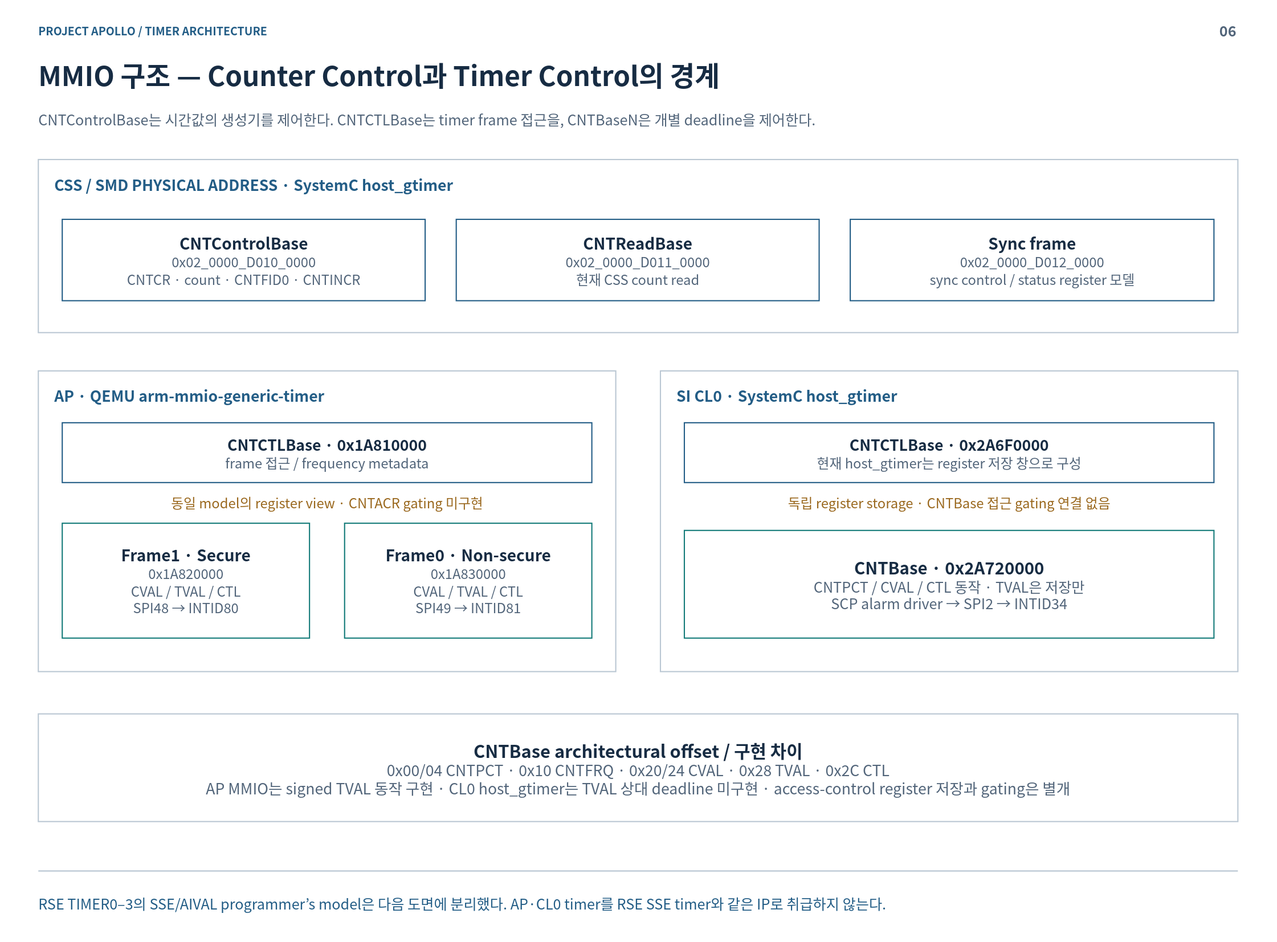
cometzero/project-apollo keeps this draw.io diagram as doc/phase1/timer/diagrams/06-mmio-frames.drawio.svg. Above is the earlier version. Source tidied: cells renumbered, new cells last; positions are measured from the earlier drawing's top-left corner, leaving out a move shared by most shapes.
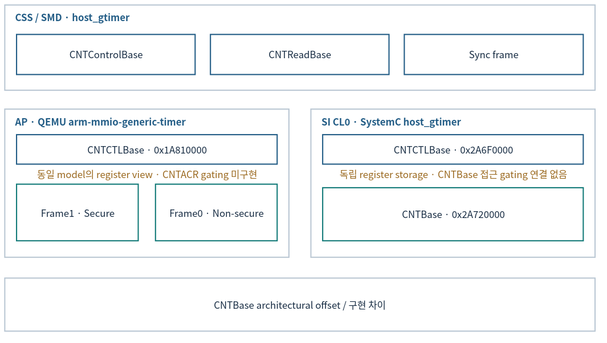
After the commit.

Diff of the diagram source:
```diff
@@ -2,80 +2,56 @@
   <root>
     <mxCell id="0" />
     <mxCell id="1" parent="0" />
-    <mxCell id="2" style="rounded=0;whiteSpace=wrap;html=1;fillColor=#FFFFFF;strokeColor=none;strokeWidth=1.5;fontColor=#172C43;fontFamily=Noto Sans CJK KR;fontSize=18;spacing=14;" parent="1" vertex="1">
-      <mxGeometry width="1600" height="1180" as="geometry" />
-    </mxCell>
-    <mxCell id="3" value="PROJECT APOLLO  /  TIMER ARCHITECTURE" style="rounded=0;whiteSpace=wrap;html=1;fillColor=#FFFFFF;strokeColor=none;strokeWidth=1.5;fontColor=#172C43;fontFamily=Noto Sans CJK KR;fontSize=18;spacing=14;fillColor=none;align=left;verticalAlign=middle;spacing=0;fontSize=14;fontColor=#235D86;fontStyle=1;" parent="1" vertex="1">
-      <mxGeometry x="48" y="26" width="1400" height="24" as="geometry" />
-    </mxCell>
-    <mxCell id="4" value="06" style="rounded=0;whiteSpace=wrap;html=1;fillColor=#FFFFFF;strokeColor=none;strokeWidth=1.5;fontColor=#172C43;fontFamily=Noto Sans CJK KR;fontSize=18;spacing=14;fillColor=none;align=right;verticalAlign=middle;spacing=0;fontSize=18;fontColor=#52657A;fontStyle=1;" parent="1" vertex="1">
-      <mxGeometry x="1485" y="23" width="65" height="30" as="geometry" />
-    </mxCell>
-    <mxCell id="5" value="MMIO 구조 — Counter Control과 Timer Control의 경계" style="rounded=0;whiteSpace=wrap;html=1;fillColor=#FFFFFF;strokeColor=none;strokeWidth=1.5;fontColor=#172C43;fontFamily=Noto Sans CJK KR;fontSize=18;spacing=14;fillColor=none;align=left;verticalAlign=middle;spacing=0;fontSize=34;fontColor=#172C43;fontStyle=1;" parent="1" vertex="1">
-      <mxGeometry x="48" y="67" width="1504" height="54" as="geometry" />
-    </mxCell>
-    <mxCell id="6" value="CNTControlBase는 시간값의 생성기를 제어한다. CNTCTLBase는 timer frame 접근을, CNTBaseN은 개별 deadline을 제어한다." style="rounded=0;whiteSpace=wrap;html=1;fillColor=#FFFFFF;strokeColor=none;strokeWidth=1.5;fontColor=#172C43;fontFamily=Noto Sans CJK KR;fontSize=18;spacing=14;fillColor=none;align=left;verticalAlign=middle;spacing=0;fontSize=18;fontColor=#52657A;" parent="1" vertex="1">
-      <mxGeometry x="48" y="127" width="1504" height="44" as="geometry" />
-    </mxCell>
-    <mxCell id="7" style="html=1;whiteSpace=nowrap;rounded=0;edgeStyle=none;endArrow=none;endSize=9;strokeColor=#BAC7D3;strokeWidth=1.6;fontColor=#BAC7D3;fontFamily=Noto Sans CJK KR;fontSize=15;labelBackgroundColor=#FFFFFF;" parent="1" edge="1">
-      <mxGeometry relative="1" as="geometry">
-        <mxPoint x="48" y="1092" as="sourcePoint" />
-        <mxPoint x="1552" y="1092" as="targetPoint" />
-      </mxGeometry>
-    </mxCell>
-    <mxCell id="8" value="RSE TIMER0–3의 SSE/AIVAL programmer’s model은 다음 도면에 분리했다. AP·CL0 timer를 RSE SSE timer와 같은 IP로 취급하지 않는다." style="rounded=0;whiteSpace=wrap;html=1;fillColor=#FFFFFF;strokeColor=none;strokeWidth=1.5;fontColor=#172C43;fontFamily=Noto Sans CJK KR;fontSize=18;spacing=14;fillColor=none;align=left;verticalAlign=middle;spacing=0;fontSize=18;fontColor=#235D86;" parent="1" vertex="1">
-      <mxGeometry x="48" y="1106" width="1504" height="52" as="geometry" />
-    </mxCell>
-    <mxCell id="9" style="rounded=0;whiteSpace=wrap;html=1;fillColor=#FFFFFF;strokeColor=#BAC7D3;strokeWidth=1.5;fontColor=#172C43;fontFamily=Noto Sans CJK KR;fontSize=18;spacing=14;" parent="1" vertex="1">
-      <mxGeometry x="48" y="200" width="1504" height="217" as="geometry" />
+    <mxCell id="9" style="rounded=0;whiteSpace=wrap;html=1;fillColor=#FFFFFF;strokeColor=#BAC7D3;strokeWidth=1.5;fontColor=#172C43;fontFamily=Noto Sans CJK KR;fontSize=12;spacing=3;whiteSpace=wrap;" parent="1" vertex="1">
+      <mxGeometry x="12" y="12" width="740" height="106.8" as="geometry" />
     </mxCell>
-    <mxCell id="10" value="CSS / SMD PHYSICAL ADDRESS  ·  SystemC host_gtimer" style="rounded=0;whiteSpace=wrap;html=1;fillColor=#FFFFFF;strokeColor=none;strokeWidth=1.5;fontColor=#172C43;fontFamily=Noto Sans CJK KR;fontSize=18;spacing=14;fillColor=none;align=left;verticalAlign=middle;spacing=0;fontSize=19;fontColor=#235D86;fontStyle=1;" parent="1" vertex="1">
-      <mxGeometry x="68" y="215" width="1464" height="32" as="geometry" />
+    <mxCell id="10" value="CSS / SMD · host_gtimer" style="rounded=0;whiteSpace=wrap;html=1;fillColor=#FFFFFF;strokeColor=none;strokeWidth=1.5;fontColor=#172C43;fontFamily=Noto Sans CJK KR;fillColor=none;align=left;verticalAlign=middle;fontColor=#235D86;fontStyle=1;fontSize=12;spacing=3;whiteSpace=wrap;" parent="1" vertex="1">
+      <mxGeometry x="21.8" y="19.4" width="720.3" height="15.7" as="geometry" />
     </mxCell>
-    <mxCell id="11" value="&lt;b style=&quot;font-size:20px&quot;&gt;CNTControlBase&lt;/b&gt;&lt;br&gt;&lt;font color=&quot;#52657A&quot; style=&quot;font-size:17px&quot;&gt;0x02_0000_D010_0000&lt;br&gt;CNTCR · count · CNTFID0 · CNTINCR&lt;/font&gt;" style="rounded=0;whiteSpace=wrap;html=1;fillColor=#FFFFFF;strokeColor=#235D86;strokeWidth=1.5;fontColor=#172C43;fontFamily=Noto Sans CJK KR;fontSize=18;spacing=14;" parent="1" vertex="1">
-      <mxGeometry x="78" y="275" width="455" height="102" as="geometry" />
+    <mxCell id="11" value="CNTControlBase" style="rounded=0;whiteSpace=wrap;html=1;fillColor=#FFFFFF;strokeColor=#235D86;strokeWidth=1.5;fontColor=#172C43;fontFamily=Noto Sans CJK KR;fontSize=12;spacing=3;whiteSpace=wrap;" parent="1" vertex="1">
+      <mxGeometry x="26.8" y="48.9" width="223.9" height="50.2" as="geometry" />
     </mxCell>
-    <mxCell id="12" value="&lt;b style=&quot;font-size:20px&quot;&gt;CNTReadBase&lt;/b&gt;&lt;br&gt;&lt;font color=&quot;#52657A&quot; style=&quot;font-size:17px&quot;&gt;0x02_0000_D011_0000&lt;br&gt;현재 CSS count read&lt;/font&gt;" style="rounded=0;whiteSpace=wrap;html=1;fillColor=#FFFFFF;strokeColor=#235D86;strokeWidth=1.5;fontColor=#172C43;fontFamily=Noto Sans CJK KR;fontSize=18;spacing=14;" parent="1" vertex="1">
-      <mxGeometry x="572" y="275" width="455" height="102" as="geometry" />
+    <mxCell id="12" value="CNTReadBase" style="rounded=0;whiteSpace=wrap;html=1;fillColor=#FFFFFF;strokeColor=#235D86;strokeWidth=1.5;fontColor=#172C43;fontFamily=Noto Sans CJK KR;fontSize=12;spacing=3;whiteSpace=wrap;" parent="1" vertex="1">
+      <mxGeometry x="269.8" y="48.9" width="223.9" height="50.2" as="geometry" />
     </mxCell>
-    <mxCell id="13" value="&lt;b style=&quot;font-size:20px&quot;&gt;Sync frame&lt;/b&gt;&lt;br&gt;&lt;font color=&quot;#52657A&quot; style=&quot;font-size:17px&quot;&gt;0x02_0000_D012_0000&lt;br&gt;sync control / status register 모델&lt;/font&gt;" style="rounded=0;whiteSpace=wrap;html=1;fillColor=#FFFFFF;strokeColor=#235D86;strokeWidth=1.5;fontColor=#172C43;fontFamily=Noto Sans CJK KR;fontSize=18;spacing=14;" parent="1" vertex="1">
-      <mxGeometry x="1066" y="275" width="456" height="102" as="geometry" />
+    <mxCell id="13" value="Sync frame" style="rounded=0;whiteSpace=wrap;html=1;fillColor=#FFFFFF;strokeColor=#235D86;strokeWidth=1.5;fontColor=#172C43;fontFamily=Noto Sans CJK KR;fontSize=12;spacing=3;whiteSpace=wrap;" parent="1" vertex="1">
+      <mxGeometry x="512.9" y="48.9" width="224.4" height="50.2" as="geometry" />
     </mxCell>
-    <mxCell id="14" style="rounded=0;whiteSpace=wrap;html=1;fillColor=#FFFFFF;strokeColor=#BAC7D3;strokeWidth=1.5;fontColor=#172C43;fontFamily=Noto Sans CJK KR;fontSize=18;spacing=14;" parent="1" vertex="1">
-      <mxGeometry x="48" y="465" width="724" height="377" as="geometry" />
+    <mxCell id="14" style="rounded=0;whiteSpace=wrap;html=1;fillColor=#FFFFFF;strokeColor=#BAC7D3;strokeWidth=1.5;fontColor=#172C43;fontFamily=Noto Sans CJK KR;fontSize=12;spacing=3;whiteSpace=wrap;" parent="1" vertex="1">
+      <mxGeometry x="12" y="142.4" width="356.2" height="185.5" as="geometry" />
     </mxCell>
-    <mxCell id="15" value="AP  ·  QEMU arm-mmio-generic-timer" style="rounded=0;whiteSpace=wrap;html=1;fillColor=#FFFFFF;strokeColor=none;strokeWidth=1.5;fontColor=#172C43;fontFamily=Noto Sans CJK KR;fontSize=18;spacing=14;fillColor=none;align=left;verticalAlign=middle;spacing=0;fontSize=19;fontColor=#235D86;fontStyle=1;" parent="1" vertex="1">
-      <mxGeometry x="68" y="480" width="684" height="32" as="geometry" />
+    <mxCell id="15" value="AP  ·  QEMU arm-mmio-generic-timer" style="rounded=0;whiteSpace=wrap;html=1;fillColor=#FFFFFF;strokeColor=none;strokeWidth=1.5;fontColor=#172C43;fontFamily=Noto Sans CJK KR;fillColor=none;align=left;verticalAlign=middle;fontColor=#235D86;fontStyle=1;fontSize=12;spacing=3;whiteSpace=wrap;" parent="1" vertex="1">
+      <mxGeometry x="21.8" y="149.8" width="336.5" height="15.7" as="geometry" />
     </mxCell>
-    <mxCell id="16" value="&lt;b style=&quot;font-size:19px&quot;&gt;CNTCTLBase · 0x1A810000&lt;/b&gt;&lt;br&gt;&lt;font color=&quot;#52657A&quot; style=&quot;font-size:17px&quot;&gt;frame 접근 / frequency metadata&lt;/font&gt;" style="rounded=0;whiteSpace=wrap;html=1;fillColor=#FFFFFF;strokeColor=#235D86;strokeWidth=1.5;fontColor=#172C43;fontFamily=Noto Sans CJK KR;fontSize=18;spacing=14;" parent="1" vertex="1">
-      <mxGeometry x="78" y="530" width="664" height="75" as="geometry" />
+    <mxCell id="16" value="CNTCTLBase · 0x1A810000" style="rounded=0;whiteSpace=wrap;html=1;fillColor=#FFFFFF;strokeColor=#235D86;strokeWidth=1.5;fontColor=#172C43;fontFamily=Noto Sans CJK KR;fontSize=12;spacing=3;whiteSpace=wrap;" parent="1" vertex="1">
+      <mxGeometry x="26.8" y="174.4" width="326.7" height="36.9" as="geometry" />
     </mxCell>
-    <mxCell id="17" value="&lt;b style=&quot;font-size:20px&quot;&gt;Frame1 · Secure&lt;/b&gt;&lt;br&gt;&lt;font color=&quot;#52657A&quot; style=&quot;font-size:17px&quot;&gt;0x1A820000&lt;br&gt;CVAL / TVAL / CTL&lt;br&gt;SPI48 → INTID80&lt;/font&gt;" style="rounded=0;whiteSpace=wrap;html=1;fillColor=#FFFFFF;strokeColor=#147B79;strokeWidth=1.5;fontColor=#172C43;fontFamily=Noto Sans CJK KR;fontSize=18;spacing=14;" parent="1" vertex="1">
-      <mxGeometry x="78" y="656" width="310" height="144" as="geometry" />
+    <mxCell id="17" value="Frame1 · Secure" style="rounded=0;whiteSpace=wrap;html=1;fillColor=#FFFFFF;strokeColor=#147B79;strokeWidth=1.5;fontColor=#172C43;fontFamily=Noto Sans CJK KR;fontSize=12;spacing=3;whiteSpace=wrap;" parent="1" vertex="1">
+      <mxGeometry x="26.8" y="236.4" width="152.5" height="70.8" as="geometry" />
     </mxCell>
-    <mxCell id="18" value="&lt;b style=&quot;font-size:20px&quot;&gt;Frame0 · Non-secure&lt;/b&gt;&lt;br&gt;&lt;font color=&quot;#52657A&quot; style=&quot;font-size:17px&quot;&gt;0x1A830000&lt;br&gt;CVAL / TVAL / CTL&lt;br&gt;SPI49 → INTID81&lt;/font&gt;" style="rounded=0;whiteSpace=wrap;html=1;fillColor=#FFFFFF;strokeColor=#147B79;strokeWidth=1.5;fontColor=#172C43;fontFamily=Noto Sans CJK KR;fontSize=18;spacing=14;" parent="1" vertex="1">
-      <mxGeometry x="432" y="656" width="310" height="144" as="geometry" />
+    <mxCell id="18" value="Frame0 · Non-secure" style="rounded=0;whiteSpace=wrap;html=1;fillColor=#FFFFFF;strokeColor=#147B79;strokeWidth=1.5;fontColor=#172C43;fontFamily=Noto Sans CJK KR;fontSize=12;spacing=3;whiteSpace=wrap;" parent="1" vertex="1">
+      <mxGeometry x="200.9" y="236.4" width="152.5" height="70.8" as="geometry" />
     </mxCell>
-    <mxCell id="19" value="동일 model의 register view · CNTACR gating 미구현" style="rounded=0;whiteSpace=wrap;html=1;fillColor=#FFFFFF;strokeColor=none;strokeWidth=1.5;fontColor=#172C43;fontFamily=Noto Sans CJK KR;fontSize=18;spacing=14;fillColor=none;align=center;verticalAlign=middle;spacing=0;fontSize=17;fontColor=#9A681E;" parent="1" vertex="1">
-      <mxGeometry x="78" y="615" width="664" height="30" as="geometry" />
+    <mxCell id="19" value="동일 model의 register view · CNTACR gating 미구현" style="rounded=0;whiteSpace=wrap;html=1;fillColor=#FFFFFF;strokeColor=none;strokeWidth=1.5;fontColor=#172C43;fontFamily=Noto Sans CJK KR;fillColor=none;align=center;verticalAlign=middle;fontColor=#9A681E;fontSize=12;spacing=3;whiteSpace=wrap;" parent="1" vertex="1">
+      <mxGeometry x="26.8" y="216.2" width="326.7" height="14.8" as="geometry" />
     </mxCell>
-    <mxCell id="20" style="rounded=0;whiteSpace=wrap;html=1;fillColor=#FFFFFF;strokeColor=#BAC7D3;strokeWidth=1.5;fontColor=#172C43;fontFamily=Noto Sans CJK KR;fontSize=18;spacing=14;" parent="1" vertex="1">
-      <mxGeometry x="828" y="465" width="724" height="377" as="geometry" />
+    <mxCell id="20" style="rounded=0;whiteSpace=wrap;html=1;fillColor=#FFFFFF;strokeColor=#BAC7D3;strokeWidth=1.5;fontColor=#172C43;fontFamily=Noto Sans CJK KR;fontSize=12;spacing=3;whiteSpace=wrap;" parent="1" vertex="1">
+      <mxGeometry x="395.8" y="142.4" width="356.2" height="185.5" as="geometry" />
     </mxCell>
-    <mxCell id="21" value="SI CL0  ·  SystemC host_gtimer" style="rounded=0;whiteSpace=wrap;html=1;fillColor=#FFFFFF;strokeColor=none;strokeWidth=1.5;fontColor=#172C43;fontFamily=Noto Sans CJK KR;fontSize=18;spacing=14;fillColor=none;align=left;verticalAlign=middle;spacing=0;fontSize=19;fontColor=#235D86;fontStyle=1;" parent="1" vertex="1">
-      <mxGeometry x="848" y="480" width="684" height="32" as="geometry" />
+    <mxCell id="21" value="SI CL0  ·  SystemC host_gtimer" style="rounded=0;whiteSpace=wrap;html=1;fillColor=#FFFFFF;strokeColor=none;strokeWidth=1.5;fontColor=#172C43;fontFamily=Noto Sans CJK KR;fillColor=none;align=left;verticalAlign=middle;fontColor=#235D86;fontStyle=1;fontSize=12;spacing=3;whiteSpace=wrap;" parent="1" vertex="1">
+      <mxGeometry x="405.6" y="149.8" width="336.5" height="15.7" as="geometry" />
     </mxCell>
-    <mxCell id="22" value="&lt;b style=&quot;font-size:19px&quot;&gt;CNTCTLBase · 0x2A6F0000&lt;/b&gt;&lt;br&gt;&lt;font color=&quot;#52657A&quot; style=&quot;font-size:17px&quot;&gt;현재 host_gtimer는 register 저장 창으로 구성&lt;/font&gt;" style="rounded=0;whiteSpace=wrap;html=1;fillColor=#FFFFFF;strokeColor=#235D86;strokeWidth=1.5;fontColor=#172C43;fontFamily=Noto Sans CJK KR;fontSize=18;spacing=14;" parent="1" vertex="1">
-      <mxGeometry x="858" y="530" width="664" height="75" as="geometry" />
+    <mxCell id="22" value="CNTCTLBase · 0x2A6F0000" style="rounded=0;whiteSpace=wrap;html=1;fillColor=#FFFFFF;strokeColor=#235D86;strokeWidth=1.5;fontColor=#172C43;fontFamily=Noto Sans CJK KR;fontSize=12;spacing=3;whiteSpace=wrap;" parent="1" vertex="1">
+      <mxGeometry x="410.5" y="174.4" width="326.7" height="36.9" as="geometry" />
     </mxCell>
-    <mxCell id="23" value="&lt;b style=&quot;font-size:21px&quot;&gt;CNTBase · 0x2A720000&lt;/b&gt;&lt;br&gt;&lt;font color=&quot;#52657A&quot; style=&quot;font-size:18px&quot;&gt;CNTPCT / CVAL / CTL 동작 · TVAL은 저장만&lt;br&gt;SCP alarm driver → SPI2 → INTID34&lt;/font&gt;" style="rounded=0;whiteSpace=wrap;html=1;fillColor=#FFFFFF;strokeColor=#147B79;strokeWidth=1.5;fontColor=#172C43;fontFamily=Noto Sans CJK KR;fontSize=18;spacing=14;" parent="1" vertex="1">
-      <mxGeometry x="858" y="665" width="664" height="135" as="geometry" />
+    <mxCell id="23" value="CNTBase · 0x2A720000" style="rounded=0;whiteSpace=wrap;html=1;fillColor=#FFFFFF;strokeColor=#147B79;strokeWidth=1.5;fontColor=#172C43;fontFamily=Noto Sans CJK KR;fontSize=12;spacing=3;whiteSpace=wrap;" parent="1" vertex="1">
+      <mxGeometry x="410.5" y="240.8" width="326.7" height="66.4" as="geometry" />
     </mxCell>
-    <mxCell id="24" value="독립 register storage · CNTBase 접근 gating 연결 없음" style="rounded=0;whiteSpace=wrap;html=1;fillColor=#FFFFFF;strokeColor=none;strokeWidth=1.5;fontColor=#172C43;fontFamily=Noto Sans CJK KR;fontSize=18;spacing=14;fillColor=none;align=center;verticalAlign=middle;spacing=0;fontSize=17;fontColor=#9A681E;" parent="1" vertex="1">
-      <mxGeometry x="858" y="615" width="664" height="30" as="geometry" />
+    <mxCell id="24" value="독립 register storage · CNTBase 접근 gating 연결 없음" style="rounded=0;whiteSpace=wrap;html=1;fillColor=#FFFFFF;strokeColor=none;strokeWidth=1.5;fontColor=#172C43;fontFamily=Noto Sans CJK KR;fillColor=none;align=center;verticalAlign=middle;fontColor=#9A681E;fontSize=12;spacing=3;whiteSpace=wrap;" parent="1" vertex="1">
+      <mxGeometry x="410.5" y="216.2" width="326.7" height="14.8" as="geometry" />
     </mxCell>
-    <mxCell id="25" value="&lt;b style=&quot;font-size:22px&quot;&gt;CNTBase architectural offset / 구현 차이&lt;/b&gt;&lt;br&gt;&lt;font color=&quot;#52657A&quot; style=&quot;font-size:19px&quot;&gt;0x00/04 CNTPCT  ·  0x10 CNTFRQ  ·  0x20/24 CVAL  ·  0x28 TVAL  ·  0x2C CTL&lt;br&gt;AP MMIO는 signed TVAL 동작 구현 · CL0 host_gtimer는 TVAL 상대 deadline 미구현 · access-control register 저장과 gating은 별개&lt;/font&gt;" style="rounded=0;whiteSpace=wrap;html=1;fillColor=#FFFFFF;strokeColor=#BAC7D3;strokeWidth=1.5;fontColor=#172C43;fontFamily=Noto Sans CJK KR;fontSize=18;spacing=14;" parent="1" vertex="1">
-      <mxGeometry x="48" y="895" width="1504" height="135" as="geometry" />
+    <mxCell id="25" value="CNTBase architectural offset / 구현 차이" style="rounded=0;whiteSpace=wrap;html=1;fillColor=#FFFFFF;strokeColor=#BAC7D3;strokeWidth=1.5;fontColor=#172C43;fontFamily=Noto Sans CJK KR;fontSize=12;spacing=3;whiteSpace=wrap;" parent="1" vertex="1">
+      <mxGeometry x="12" y="353.9" width="740" height="66.4" as="geometry" />
     </mxCell>
   </root>
 </mxGraphModel>
```
